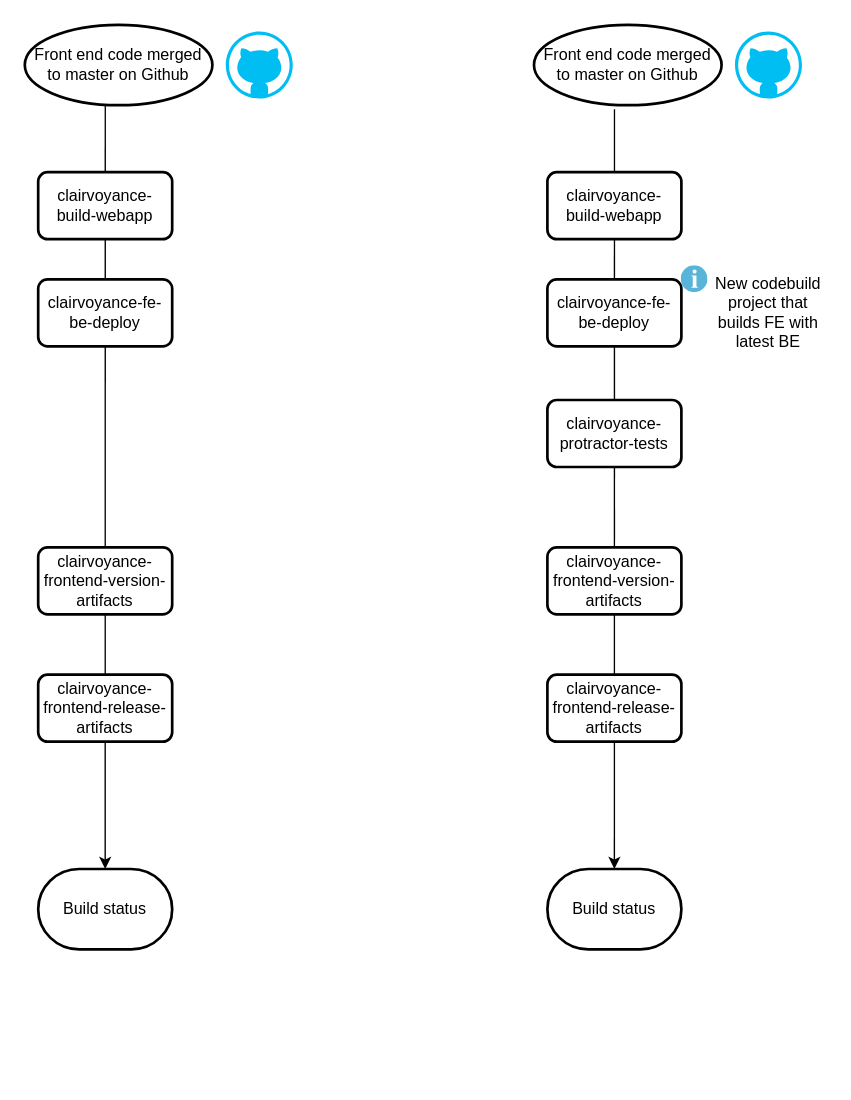
Before: Solution3.drawio in laradhyaims/flowcharts, a draw.io diagram. Source tidied: cells renumbered, new cells numbered last; positions are measured from the earlier drawing's top-left corner, leaving out a move shared by most shapes. Both pictures are drawn from the tidied source at 134%, with x=0, y=0 at pixel (24, 24).
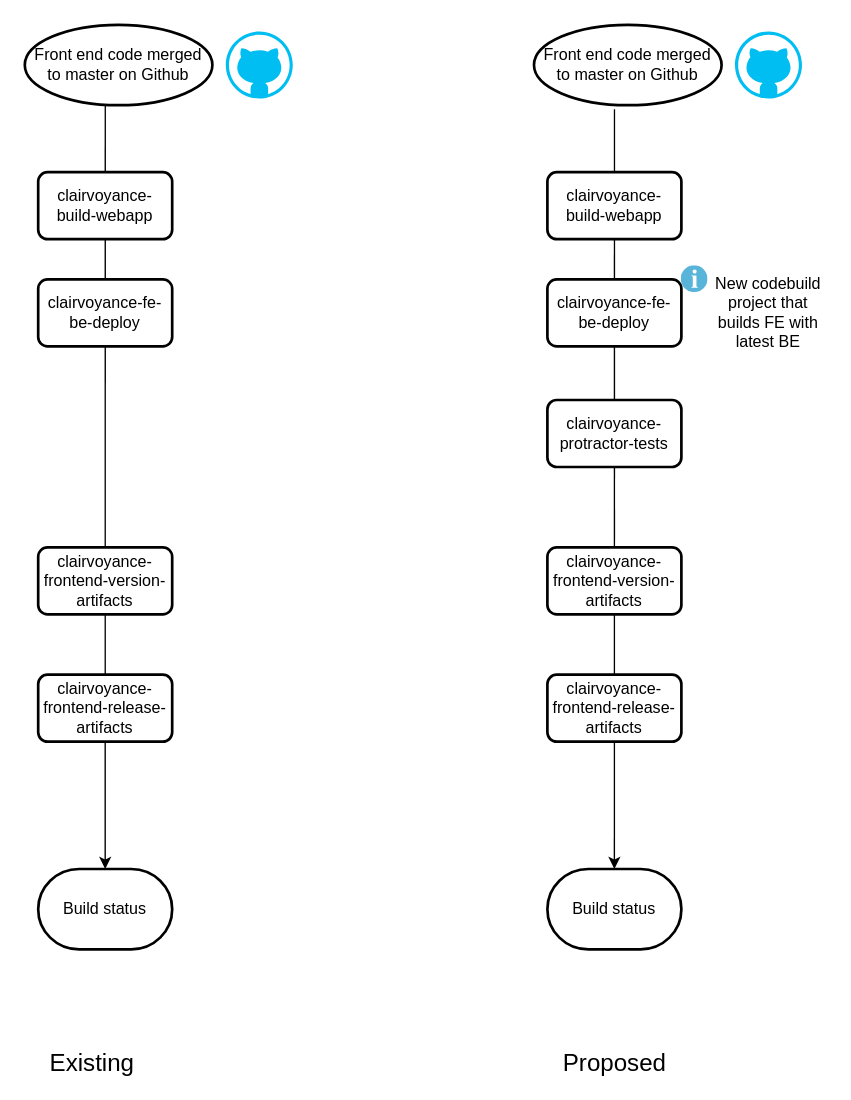
Above is the later version.

The edit, as a diff of the source:
```diff
@@
+    <mxCell id="21" value="&lt;font style=&quot;font-size: 18px&quot;&gt;Existing&lt;/font&gt;" style="text;html=1;align=center;verticalAlign=middle;" parent="1" vertex="1">
+      <mxGeometry x="10" y="765" width="80" height="20" as="geometry" />
+    </mxCell>
+    <mxCell id="22" value="&lt;font style=&quot;font-size: 18px&quot;&gt;Proposed&lt;/font&gt;" style="text;html=1;align=center;verticalAlign=middle;" parent="1" vertex="1">
+      <mxGeometry x="395" y="765" width="90" height="20" as="geometry" />
+    </mxCell>
```
